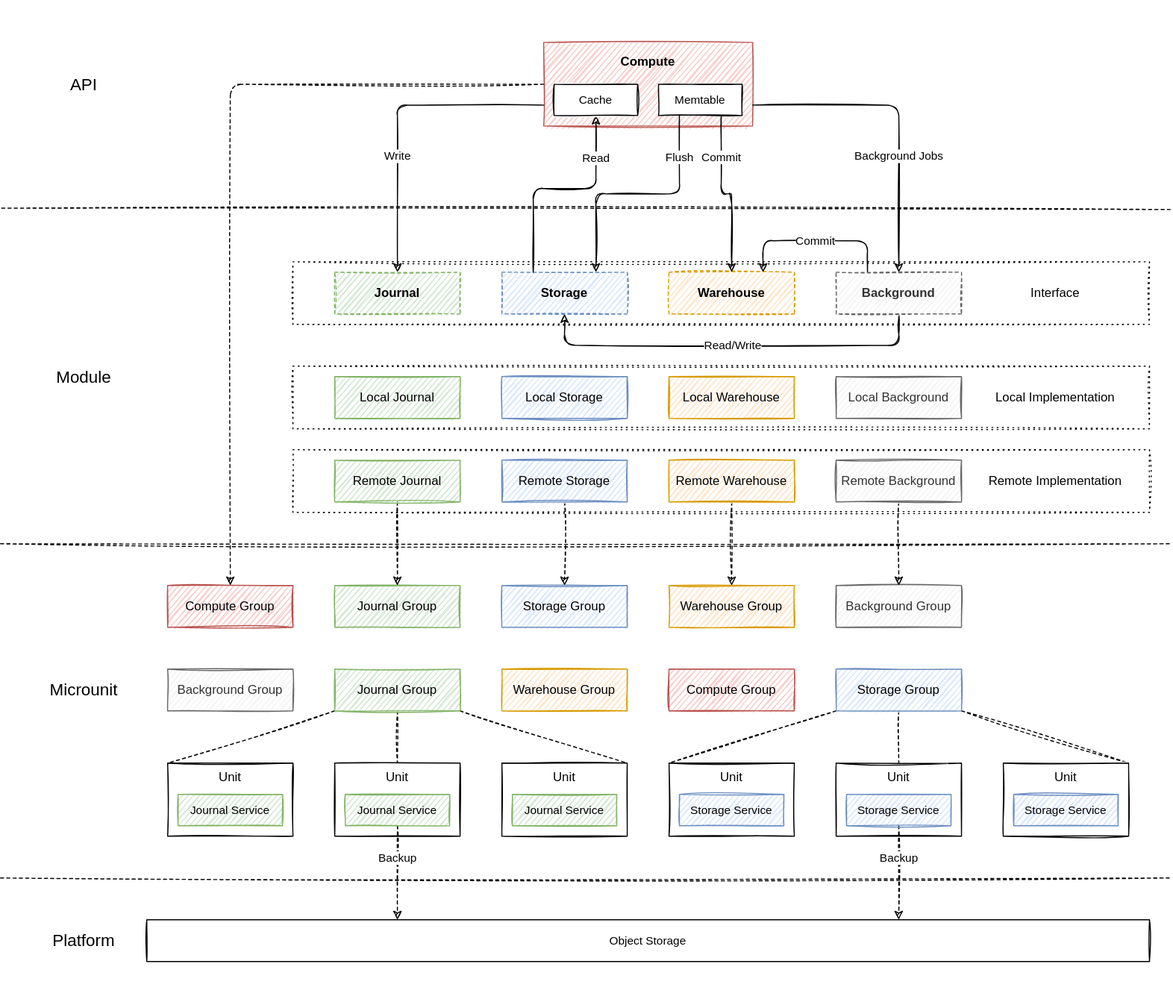
Before: docs/images/architecture.drawio.svg, a diagram exported from draw.io (engula/engula). Source tidied: cells renumbered, new cells last; positions are measured from the earlier drawing's top-left corner, leaving out a move shared by most shapes.
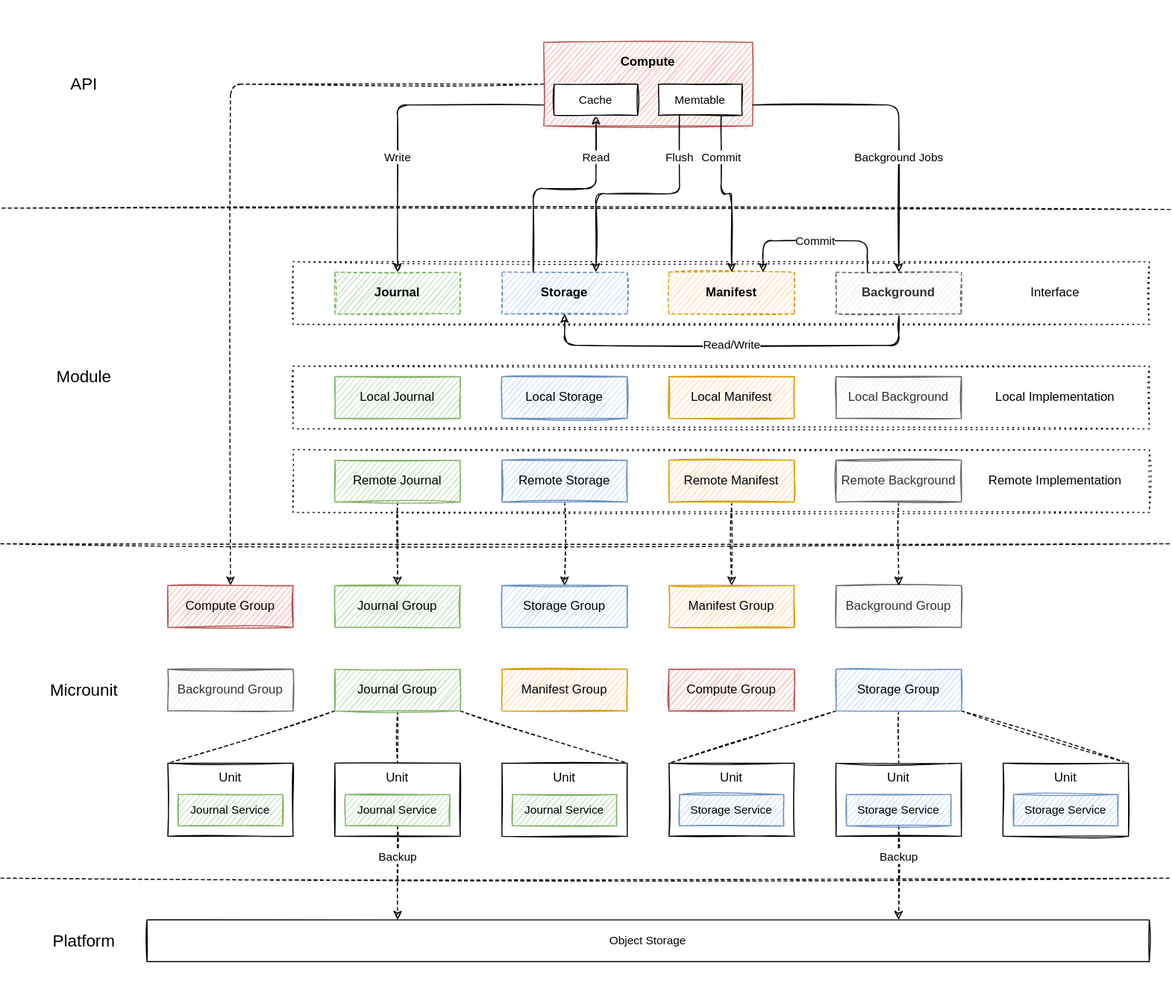
Later version of the same file.

Commit message:
Rename Warehouse to Manifest and refactor wording

What changed in the source:
```diff
@@ -29,7 +29,7 @@
     <mxCell id="10" value="Journal Group" style="rounded=0;whiteSpace=wrap;html=1;fontSize=12;sketch=1;fillColor=#d5e8d4;strokeColor=#82b366;" parent="1" vertex="1">
       <mxGeometry x="320" y="560" width="120" height="40" as="geometry" />
     </mxCell>
-    <mxCell id="11" value="Warehouse Group" style="rounded=0;whiteSpace=wrap;html=1;fontSize=12;sketch=1;fillColor=#ffe6cc;strokeColor=#d79b00;" parent="1" vertex="1">
+    <mxCell id="11" value="Manifest Group" style="rounded=0;whiteSpace=wrap;html=1;fontSize=12;sketch=1;fillColor=#ffe6cc;strokeColor=#d79b00;" parent="1" vertex="1">
       <mxGeometry x="640" y="560" width="120" height="40" as="geometry" />
     </mxCell>
     <mxCell id="12" value="Background Group" style="rounded=0;whiteSpace=wrap;html=1;fontSize=12;sketch=1;fillColor=#f5f5f5;strokeColor=#666666;fontColor=#333333;" parent="1" vertex="1">
@@ -41,7 +41,7 @@
     <mxCell id="14" value="Local Storage" style="rounded=0;whiteSpace=wrap;html=1;fontSize=12;sketch=1;fillColor=#dae8fc;strokeColor=#6c8ebf;" parent="1" vertex="1">
       <mxGeometry x="480" y="360" width="120" height="40" as="geometry" />
     </mxCell>
-    <mxCell id="15" value="Local Warehouse" style="rounded=0;whiteSpace=wrap;html=1;fontSize=12;sketch=1;fillColor=#ffe6cc;strokeColor=#d79b00;" parent="1" vertex="1">
+    <mxCell id="15" value="Local Manifest" style="rounded=0;whiteSpace=wrap;html=1;fontSize=12;sketch=1;fillColor=#ffe6cc;strokeColor=#d79b00;" parent="1" vertex="1">
       <mxGeometry x="640" y="360" width="120" height="40" as="geometry" />
     </mxCell>
     <mxCell id="16" value="Local Background" style="rounded=0;whiteSpace=wrap;html=1;fontSize=12;sketch=1;fillColor=#f5f5f5;strokeColor=#666666;fontColor=#333333;" parent="1" vertex="1">
@@ -62,7 +62,7 @@
     <mxCell id="21" style="edgeStyle=none;html=1;exitX=0.5;exitY=1;exitDx=0;exitDy=0;entryX=0.5;entryY=0;entryDx=0;entryDy=0;fontSize=12;sketch=1;dashed=1;" parent="1" edge="1" source="22" target="11">
       <mxGeometry relative="1" as="geometry" />
     </mxCell>
-    <mxCell id="22" value="Remote Warehouse" style="rounded=0;whiteSpace=wrap;html=1;fontSize=12;sketch=1;fillColor=#ffe6cc;strokeColor=#d79b00;" parent="1" vertex="1">
+    <mxCell id="22" value="Remote Manifest" style="rounded=0;whiteSpace=wrap;html=1;fontSize=12;sketch=1;fillColor=#ffe6cc;strokeColor=#d79b00;" parent="1" vertex="1">
       <mxGeometry x="640" y="440" width="120" height="40" as="geometry" />
     </mxCell>
     <mxCell id="23" style="edgeStyle=none;html=1;exitX=0.5;exitY=1;exitDx=0;exitDy=0;entryX=0.5;entryY=0;entryDx=0;entryDy=0;fontSize=12;sketch=1;dashed=1;" parent="1" edge="1" source="24" target="12">
@@ -77,7 +77,7 @@
     <mxCell id="26" value="Storage" style="rounded=0;whiteSpace=wrap;html=1;fontSize=12;sketch=1;dashed=1;fillColor=#dae8fc;strokeColor=#6c8ebf;fontStyle=1;" parent="1" vertex="1">
       <mxGeometry x="480" y="260" width="120" height="40" as="geometry" />
     </mxCell>
-    <mxCell id="27" value="Warehouse" style="rounded=0;whiteSpace=wrap;html=1;fontSize=12;sketch=1;dashed=1;fillColor=#ffe6cc;strokeColor=#d79b00;fontStyle=1;" parent="1" vertex="1">
+    <mxCell id="27" value="Manifest" style="rounded=0;whiteSpace=wrap;html=1;fontSize=12;sketch=1;dashed=1;fillColor=#ffe6cc;strokeColor=#d79b00;fontStyle=1;" parent="1" vertex="1">
       <mxGeometry x="640" y="260" width="120" height="40" as="geometry" />
     </mxCell>
     <mxCell id="28" value="Read/Write" style="edgeStyle=orthogonalEdgeStyle;sketch=1;html=1;exitX=0.5;exitY=1;exitDx=0;exitDy=0;entryX=0.5;entryY=1;entryDx=0;entryDy=0;" parent="1" edge="1" source="30" target="26">
@@ -131,7 +131,7 @@
     <mxCell id="38" value="Background Group" style="rounded=0;whiteSpace=wrap;html=1;fontSize=12;sketch=1;fillColor=#f5f5f5;strokeColor=#666666;fontColor=#333333;" parent="1" vertex="1">
       <mxGeometry x="160" y="640" width="120" height="40" as="geometry" />
     </mxCell>
-    <mxCell id="39" value="Warehouse Group" style="rounded=0;whiteSpace=wrap;html=1;fontSize=12;sketch=1;fillColor=#ffe6cc;strokeColor=#d79b00;" parent="1" vertex="1">
+    <mxCell id="39" value="Manifest Group" style="rounded=0;whiteSpace=wrap;html=1;fontSize=12;sketch=1;fillColor=#ffe6cc;strokeColor=#d79b00;" parent="1" vertex="1">
       <mxGeometry x="480" y="640" width="120" height="40" as="geometry" />
     </mxCell>
     <mxCell id="40" value="Unit&lt;br&gt;&lt;br&gt;&lt;br&gt;&lt;br&gt;" style="rounded=0;whiteSpace=wrap;html=1;sketch=1;" parent="1" vertex="1">
```
